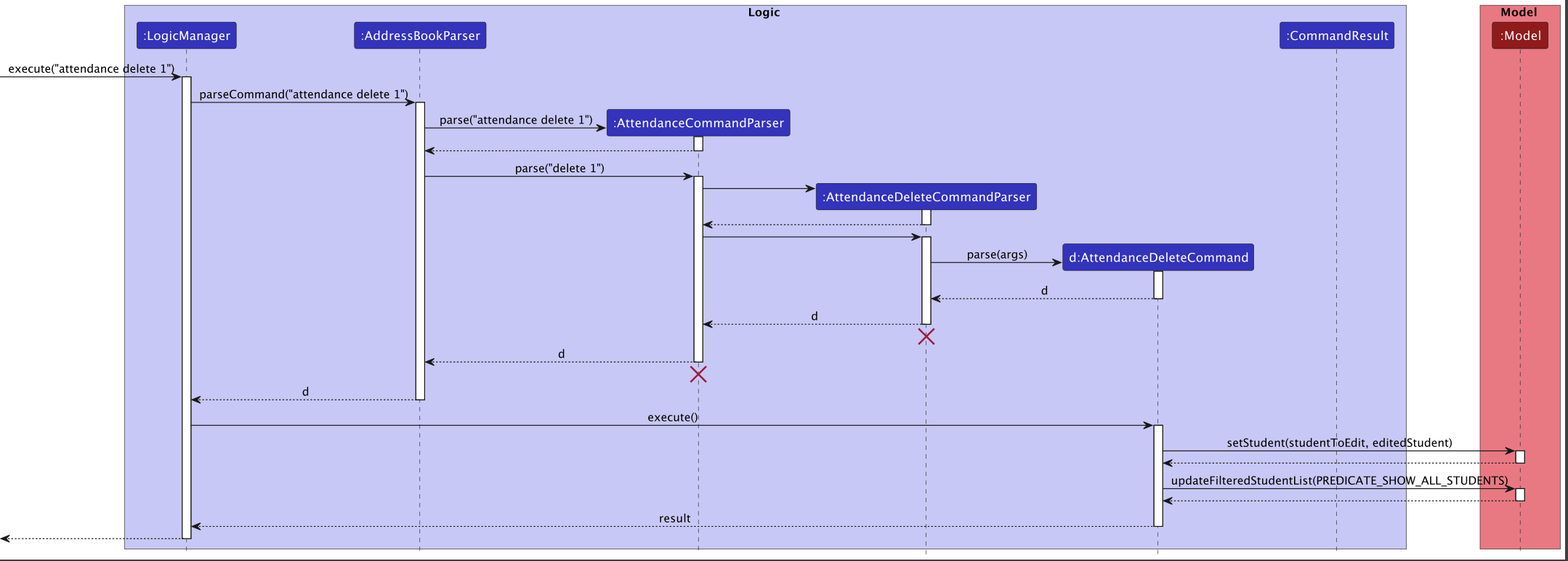
nus-cs2103-AY2223S1/tp keeps this PlantUML diagram as docs/images/AttendanceDeleteActivityDiagram.png. Above is the earlier version. Its source is kept beside it as docs/diagrams/AttendanceDeleteActivityDiagram.puml.
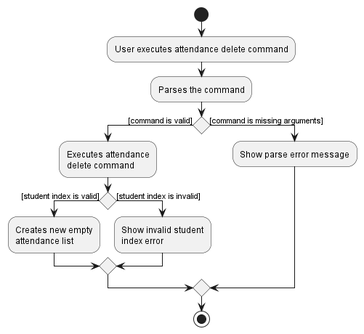
Above is the later version.

Diff of the diagram source:
```diff
@@ -10,11 +10,11 @@
     if() then ([student index is valid])
         :Creates new empty
         attendance list;
-    else([student index is valid])
+    else([student index is invalid])
         :Show invalid student
         index error;
     endif
-else([Command is missing arguments])
+else([command is missing arguments])
     :Show parse error message;
 endif
 stop
```
